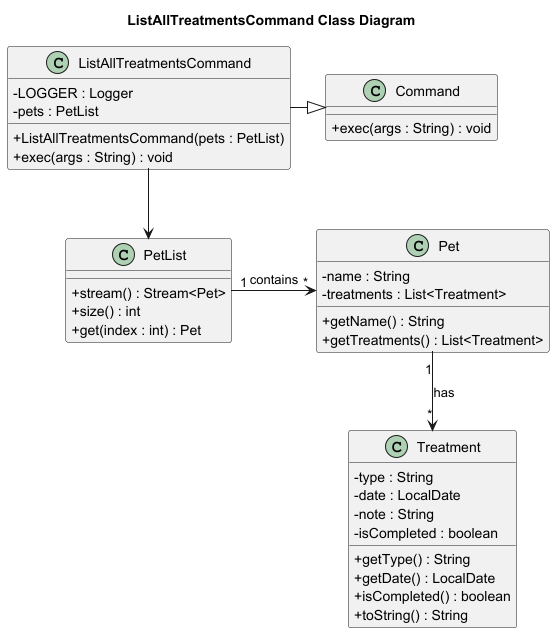
Above: docs/diagrams/ListAllTreatmentsCommand_Class_Diagram.png in Kevin88866/tp (PlantUML), before the change. The source it was exported from:
```plantuml
@startuml
skinparam classAttributeIconSize 0
title ListAllTreatmentsCommand Class Diagram


class Command {
    + exec(args : String) : void
}

class ListAllTreatmentsCommand {
    - LOGGER : Logger
    - pets : PetList
    + ListAllTreatmentsCommand(pets : PetList)
    + exec(args : String) : void
}

class PetList {
    + stream() : Stream<Pet>
    + size() : int
    + get(index : int) : Pet
}

class Pet {
    - name : String
    - treatments : List<Treatment>
    + getName() : String
    + getTreatments() : List<Treatment>
}

class Treatment {
    - type : String
    - date : LocalDate
    - note : String
    - isCompleted : boolean
    + getType() : String
    + getDate() : LocalDate
    + isCompleted() : boolean
    + toString() : String
}


ListAllTreatmentsCommand -|> Command
ListAllTreatmentsCommand --> PetList
PetList "1" -> "*" Pet : contains
Pet "1" --> "*" Treatment : has
@enduml
```
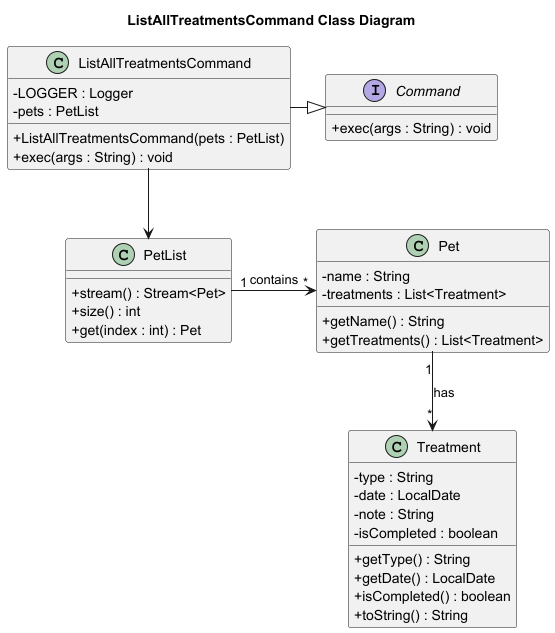
Above is the later version.

Commit message:
Update ListAllTreatmentsCommand class diagram

What changed in the source:
```diff
@@ -3,7 +3,7 @@
 title ListAllTreatmentsCommand Class Diagram
 
 
-class Command {
+interface Command {
     + exec(args : String) : void
 }
 
```
